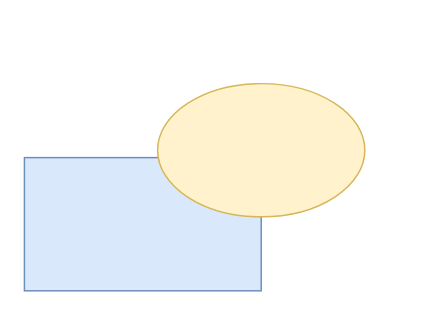
This is Cleric.drawio from MarisKori/cards_rus, a draw.io file, before an edit. Source tidied: cells renumbered, new cells numbered last; positions are measured from the earlier drawing's top-left corner, leaving out a move shared by most shapes. Both pictures are drawn from the tidied source at 148%, with x=0, y=0 at pixel (24, 83).
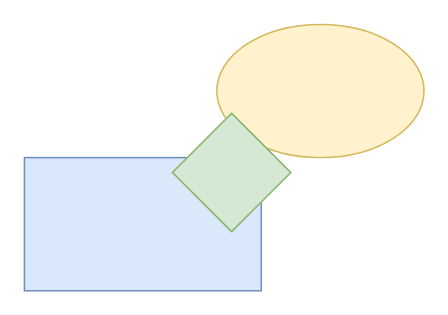
After the change.

Change to the diagram source:
```diff
@@
 <mxGraphModel>
   <root>
     <mxCell id="0" />
     <mxCell id="1" parent="0" />
     <mxCell id="2" style="rounded=0;whiteSpace=wrap;html=1;fillColor=#dae8fc;strokeColor=#6c8ebf;" parent="1" vertex="1">
       <mxGeometry y="50" width="160" height="90" as="geometry" />
     </mxCell>
     <mxCell id="3" style="ellipse;whiteSpace=wrap;html=1;fillColor=#fff2cc;strokeColor=#d6b656;" parent="1" vertex="1">
-      <mxGeometry x="90" width="140" height="90" as="geometry" />
+      <mxGeometry x="130" y="-40" width="140" height="90" as="geometry" />
     </mxCell>
+    <mxCell id="4" style="rhombus;whiteSpace=wrap;html=1;fillColor=#d5e8d4;strokeColor=#82b366;" parent="1" vertex="1">
+      <mxGeometry x="100" y="20" width="80" height="80" as="geometry" />
+    </mxCell>
   </root>
 </mxGraphModel>
```
